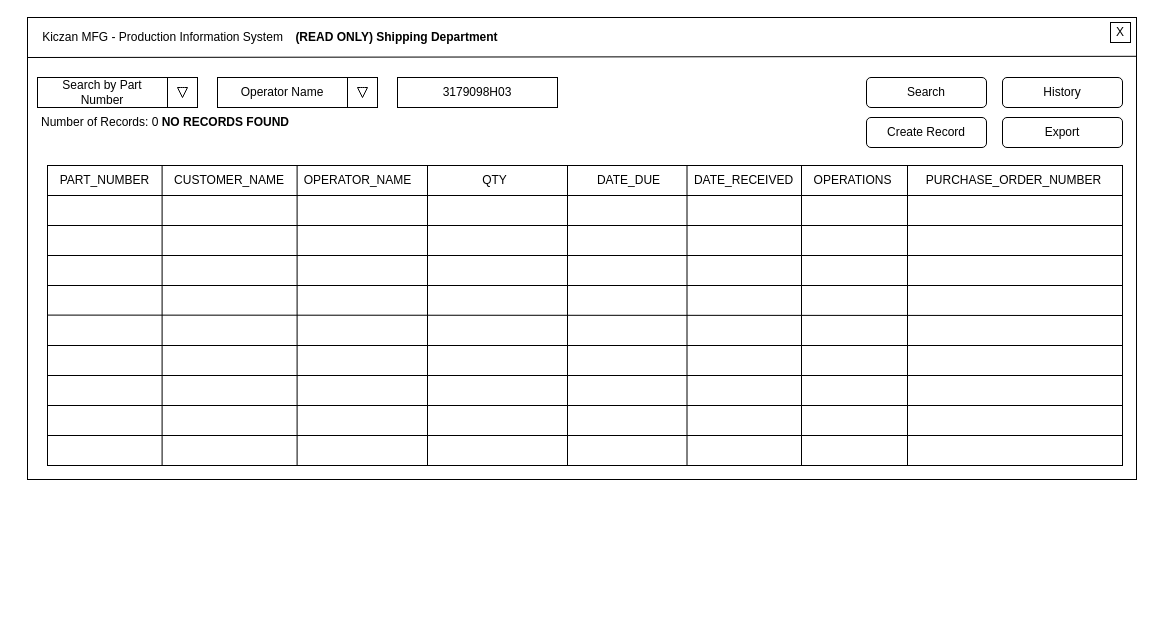
Before: Main User Interface Wireframe Search By Part Number (READONLY) NO RECORDS FOUND.drawio in JrST90/Team2CapstoneProject, a draw.io diagram. Source tidied: cells renumbered, new cells numbered last; positions are measured from the earlier drawing's top-left corner, leaving out a move shared by most shapes. Both pictures are drawn from the tidied source at 100%, with x=0, y=0 at pixel (17, 17).
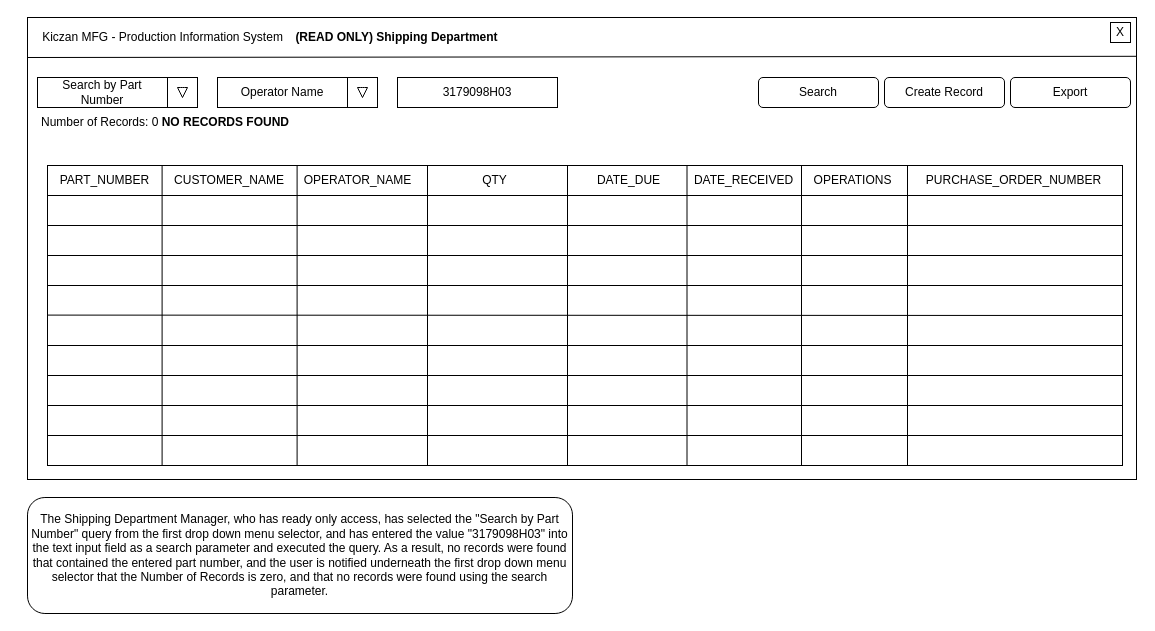
After the change.

What changed in the source:
```diff
@@
     <mxCell id="9" value="Search" style="rounded=1;whiteSpace=wrap;html=1;" parent="1" vertex="1">
-      <mxGeometry x="849" y="60" width="120" height="30" as="geometry" />
+      <mxGeometry x="741" y="60" width="120" height="30" as="geometry" />
     </mxCell>
@@
     <mxCell id="31" value="Create Record" style="rounded=1;whiteSpace=wrap;html=1;" parent="1" vertex="1">
-      <mxGeometry x="849" y="100" width="120" height="30" as="geometry" />
+      <mxGeometry x="867" y="60" width="120" height="30" as="geometry" />
     </mxCell>
@@
-    <mxCell id="43" value="History" style="rounded=1;whiteSpace=wrap;html=1;" parent="1" vertex="1">
-      <mxGeometry x="985" y="60" width="120" height="30" as="geometry" />
-    </mxCell>
     <mxCell id="44" value="Export" style="rounded=1;whiteSpace=wrap;html=1;" parent="1" vertex="1">
-      <mxGeometry x="985" y="100" width="120" height="30" as="geometry" />
+      <mxGeometry x="993" y="60" width="120" height="30" as="geometry" />
     </mxCell>
@@
+    <mxCell id="46" value="The Shipping Department Manager, who has ready only access, has selected the &quot;Search by Part Number&quot; query from the first drop down menu selector, and has entered the value &quot;3179098H03&quot; into the text input field as a search parameter and executed the query. As a result, no records were found that contained the entered part number, and the user is notified underneath the first drop down menu selector that the Number of Records is zero, and that no records were found using the search parameter." style="rounded=1;whiteSpace=wrap;html=1;" parent="1" vertex="1">
+      <mxGeometry x="10" y="480" width="545" height="116" as="geometry" />
+    </mxCell>
```
